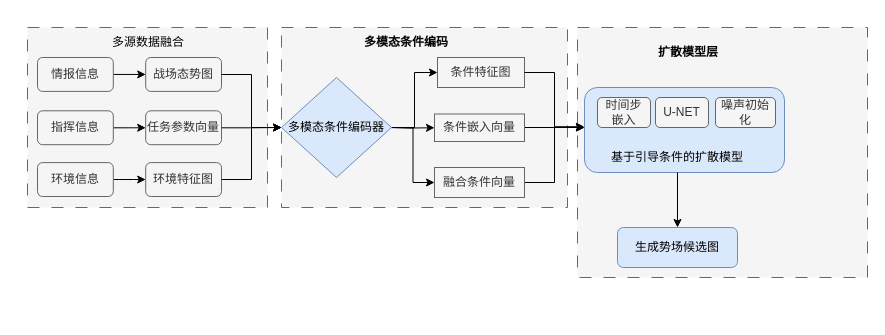
paleblackless/diagrams keeps this draw.io diagram as 扩散模型的人工势场生成方案.drawio. Above is the earlier version. Source tidied: cells renumbered, new cells numbered last; positions are measured from the earlier drawing's top-left corner, leaving out a move shared by most shapes. Both pictures are drawn from the tidied source at 100%, with x=0, y=0 at pixel (27, 27).
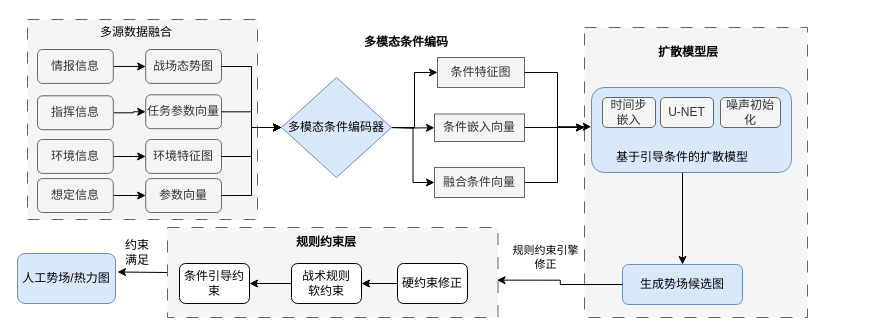
Above is the later version.

Commit message (it also covers changes not shown here):
更新扩散模型的人工势场生成方案.drawio

The change refers to these unchanged cells:
```xml
<mxCell id="8" value="多模态条件编码器" style="rhombus;whiteSpace=wrap;html=1;fillColor=#dae8fc;strokeColor=#6c8ebf;" parent="1" vertex="1">
  <mxGeometry x="254" y="50" width="110" height="100" as="geometry" />
</mxCell>
<mxCell id="9" value="条件特征图" style="rounded=0;whiteSpace=wrap;html=1;fillColor=#f5f5f5;fontColor=#333333;strokeColor=#666666;" parent="1" vertex="1">
  <mxGeometry x="410" y="30" width="87" height="30" as="geometry" />
</mxCell>
<mxCell id="13" value="融合条件向量" style="rounded=0;whiteSpace=wrap;html=1;fillColor=#f5f5f5;fontColor=#333333;strokeColor=#666666;" parent="1" vertex="1">
  <mxGeometry x="407" y="140" width="90" height="30" as="geometry" />
</mxCell>
<mxCell id="29" style="rounded=1;whiteSpace=wrap;html=1;fillColor=#dae8fc;strokeColor=#6c8ebf;" parent="28" vertex="1">
  <mxGeometry width="200" height="85" as="geometry" />
</mxCell>
```

Change to the diagram source:
```diff
@@
+    <mxCell id="14" style="group;" parent="1" vertex="1">
+      <mxGeometry x="10" y="20" width="230" height="172" as="geometry" />
+    </mxCell>
+    <mxCell id="15" style="group;" parent="14" vertex="1">
+      <mxGeometry y="2" width="230" height="170" as="geometry" />
+    </mxCell>
+    <mxCell id="4" style="rounded=0;whiteSpace=wrap;html=1;fillColor=#f5f5f5;dashed=1;dashPattern=12 12;fontColor=#333333;strokeColor=#666666;" parent="15" vertex="1">
+      <mxGeometry x="-10" y="-30" width="230" height="200" as="geometry" />
+    </mxCell>
+    <mxCell id="16" value="战场态势图" style="rounded=1;whiteSpace=wrap;html=1;fillColor=#f5f5f5;fontColor=#333333;strokeColor=#666666;" parent="15" vertex="1">
+      <mxGeometry x="108.2" width="75.8" height="33.9" as="geometry" />
+    </mxCell>
+    <mxCell id="17" value="任务参数向量" style="rounded=1;whiteSpace=wrap;html=1;fillColor=#f5f5f5;fontColor=#333333;strokeColor=#666666;" parent="15" vertex="1">
+      <mxGeometry x="108.2" y="45.3" width="75.8" height="33.9" as="geometry" />
+    </mxCell>
+    <mxCell id="18" value="环境特征图" style="rounded=1;whiteSpace=wrap;html=1;fillColor=#f5f5f5;fontColor=#333333;strokeColor=#666666;" parent="15" vertex="1">
+      <mxGeometry x="108.2" y="90" width="75.8" height="33.9" as="geometry" />
+    </mxCell>
+    <mxCell id="19" style="edgeStyle=orthogonalEdgeStyle;rounded=0;jettySize=auto;html=1;exitX=1;exitY=0.5;exitDx=0;exitDy=0;entryX=0;entryY=0.5;entryDx=0;entryDy=0;" parent="15" edge="1" source="20" target="16">
+      <mxGeometry relative="1" as="geometry" />
+    </mxCell>
+    <mxCell id="20" value="情报信息" style="rounded=1;whiteSpace=wrap;html=1;fillColor=#f5f5f5;fontColor=#333333;strokeColor=#666666;" parent="15" vertex="1">
+      <mxGeometry width="75.8" height="33.9" as="geometry" />
+    </mxCell>
+    <mxCell id="21" style="edgeStyle=orthogonalEdgeStyle;rounded=0;jettySize=auto;html=1;entryX=0;entryY=0.5;entryDx=0;entryDy=0;" parent="15" edge="1" source="22" target="17">
+      <mxGeometry relative="1" as="geometry" />
+    </mxCell>
+    <mxCell id="22" value="指挥信息" style="rounded=1;whiteSpace=wrap;html=1;fillColor=#f5f5f5;fontColor=#333333;strokeColor=#666666;" parent="15" vertex="1">
+      <mxGeometry y="46.3" width="75.8" height="33.9" as="geometry" />
+    </mxCell>
+    <mxCell id="23" style="edgeStyle=orthogonalEdgeStyle;rounded=0;jettySize=auto;html=1;entryX=0;entryY=0.5;entryDx=0;entryDy=0;" parent="15" edge="1" source="24" target="18">
+      <mxGeometry relative="1" as="geometry" />
+    </mxCell>
+    <mxCell id="24" value="环境信息" style="rounded=1;whiteSpace=wrap;html=1;fillColor=#f5f5f5;fontColor=#333333;strokeColor=#666666;" parent="15" vertex="1">
+      <mxGeometry y="90" width="75.8" height="33.9" as="geometry" />
+    </mxCell>
+    <mxCell id="40" value="参数向量" style="rounded=1;whiteSpace=wrap;html=1;fillColor=#f5f5f5;fontColor=#333333;strokeColor=#666666;" parent="15" vertex="1">
+      <mxGeometry x="108.2" y="129.1" width="75.8" height="33.9" as="geometry" />
+    </mxCell>
+    <mxCell id="41" style="edgeStyle=orthogonalEdgeStyle;rounded=0;jettySize=auto;html=1;entryX=0;entryY=0.5;entryDx=0;entryDy=0;" parent="15" edge="1" source="42" target="40">
+      <mxGeometry relative="1" as="geometry" />
+    </mxCell>
+    <mxCell id="42" value="想定信息" style="rounded=1;whiteSpace=wrap;html=1;fillColor=#f5f5f5;fontColor=#333333;strokeColor=#666666;" parent="15" vertex="1">
+      <mxGeometry y="129.1" width="75.8" height="33.9" as="geometry" />
+    </mxCell>
+    <mxCell id="43" style="edgeStyle=orthogonalEdgeStyle;rounded=0;jettySize=auto;html=1;exitX=0;exitY=0.5;exitDx=0;exitDy=0;" parent="1" edge="1" source="44">
+      <mxGeometry relative="1" as="geometry">
+        <mxPoint x="90" y="244.5" as="targetPoint" />
+      </mxGeometry>
+    </mxCell>
+    <mxCell id="44" style="rounded=0;whiteSpace=wrap;html=1;fillColor=#f5f5f5;dashed=1;dashPattern=12 12;fontColor=#333333;strokeColor=#666666;" parent="1" vertex="1">
+      <mxGeometry x="140" y="200" width="330.5" height="90" as="geometry" />
+    </mxCell>
     <mxCell id="2" style="rounded=0;whiteSpace=wrap;html=1;fillColor=#f5f5f5;dashed=1;dashPattern=12 12;fontColor=#333333;strokeColor=#666666;" parent="1" vertex="1">
-      <mxGeometry x="550" width="290" height="250" as="geometry" />
+      <mxGeometry x="557" width="223" height="290" as="geometry" />
     </mxCell>
-    <mxCell id="3" style="rounded=0;whiteSpace=wrap;html=1;fillColor=#f5f5f5;dashed=1;dashPattern=12 12;fontColor=#333333;strokeColor=#666666;" parent="1" vertex="1">
-      <mxGeometry x="254" width="286" height="180" as="geometry" />
-    </mxCell>
-    <mxCell id="4" style="rounded=0;whiteSpace=wrap;html=1;fillColor=#f5f5f5;dashed=1;dashPattern=12 12;fontColor=#333333;strokeColor=#666666;" parent="1" vertex="1">
-      <mxGeometry width="240" height="180" as="geometry" />
-    </mxCell>
@@
     <mxCell id="12" style="edgeStyle=orthogonalEdgeStyle;rounded=0;jettySize=auto;html=1;exitX=1;exitY=0.5;exitDx=0;exitDy=0;" parent="1" edge="1" source="13">
       <mxGeometry relative="1" as="geometry">
         <mxPoint x="557" y="100" as="targetPoint" />
         <Array as="points">
-          <mxPoint x="527" y="155" />
-          <mxPoint x="527" y="100" />
+          <mxPoint x="530" y="155" />
+          <mxPoint x="530" y="100" />
         </Array>
       </mxGeometry>
     </mxCell>
@@
-    <mxCell id="14" style="group;" parent="1" vertex="1">
-      <mxGeometry x="10" y="30" width="184" height="160" as="geometry" />
-    </mxCell>
-    <mxCell id="15" style="group;" parent="14" vertex="1">
-      <mxGeometry width="184" height="160" as="geometry" />
-    </mxCell>
-    <mxCell id="16" value="战场态势图" style="rounded=1;whiteSpace=wrap;html=1;fillColor=#f5f5f5;fontColor=#333333;strokeColor=#666666;" parent="15" vertex="1">
-      <mxGeometry x="108.2" width="75.8" height="33.9" as="geometry" />
-    </mxCell>
-    <mxCell id="17" value="任务参数向量" style="rounded=1;whiteSpace=wrap;html=1;fillColor=#f5f5f5;fontColor=#333333;strokeColor=#666666;" parent="15" vertex="1">
-      <mxGeometry x="108.2" y="53.3" width="75.8" height="33.9" as="geometry" />
-    </mxCell>
-    <mxCell id="18" value="环境特征图" style="rounded=1;whiteSpace=wrap;html=1;fillColor=#f5f5f5;fontColor=#333333;strokeColor=#666666;" parent="15" vertex="1">
-      <mxGeometry x="108.2" y="105.1" width="75.8" height="33.9" as="geometry" />
-    </mxCell>
-    <mxCell id="19" style="edgeStyle=orthogonalEdgeStyle;rounded=0;jettySize=auto;html=1;exitX=1;exitY=0.5;exitDx=0;exitDy=0;entryX=0;entryY=0.5;entryDx=0;entryDy=0;" parent="15" edge="1" source="20" target="16">
-      <mxGeometry relative="1" as="geometry" />
-    </mxCell>
-    <mxCell id="20" value="情报信息" style="rounded=1;whiteSpace=wrap;html=1;fillColor=#f5f5f5;fontColor=#333333;strokeColor=#666666;" parent="15" vertex="1">
-      <mxGeometry width="75.8" height="33.9" as="geometry" />
-    </mxCell>
-    <mxCell id="21" style="edgeStyle=orthogonalEdgeStyle;rounded=0;jettySize=auto;html=1;entryX=0;entryY=0.5;entryDx=0;entryDy=0;" parent="15" edge="1" source="22" target="17">
-      <mxGeometry relative="1" as="geometry" />
-    </mxCell>
-    <mxCell id="22" value="指挥信息" style="rounded=1;whiteSpace=wrap;html=1;fillColor=#f5f5f5;fontColor=#333333;strokeColor=#666666;" parent="15" vertex="1">
-      <mxGeometry y="53.3" width="75.8" height="33.9" as="geometry" />
-    </mxCell>
-    <mxCell id="23" style="edgeStyle=orthogonalEdgeStyle;rounded=0;jettySize=auto;html=1;entryX=0;entryY=0.5;entryDx=0;entryDy=0;" parent="15" edge="1" source="24" target="18">
-      <mxGeometry relative="1" as="geometry" />
-    </mxCell>
-    <mxCell id="24" value="环境信息" style="rounded=1;whiteSpace=wrap;html=1;fillColor=#f5f5f5;fontColor=#333333;strokeColor=#666666;" parent="15" vertex="1">
-      <mxGeometry y="105.1" width="75.8" height="33.9" as="geometry" />
-    </mxCell>
-    <mxCell id="25" style="edgeStyle=orthogonalEdgeStyle;rounded=0;jettySize=auto;html=1;entryX=0;entryY=0.5;entryDx=0;entryDy=0;" parent="14" edge="1" source="16" target="8">
-      <mxGeometry relative="1" as="geometry" />
-    </mxCell>
-    <mxCell id="26" style="edgeStyle=orthogonalEdgeStyle;rounded=0;jettySize=auto;html=1;entryX=0;entryY=0.5;entryDx=0;entryDy=0;" parent="14" edge="1" source="18" target="8">
-      <mxGeometry relative="1" as="geometry" />
-    </mxCell>
-    <mxCell id="27" style="edgeStyle=orthogonalEdgeStyle;rounded=0;jettySize=auto;html=1;entryX=0;entryY=0.5;entryDx=0;entryDy=0;" parent="14" edge="1" source="17" target="8">
-      <mxGeometry relative="1" as="geometry" />
-    </mxCell>
     <mxCell id="28" style="group;fillColor=#f5f5f5;fontColor=#333333;strokeColor=none;" parent="1" vertex="1">
-      <mxGeometry x="557" y="60" width="200" height="85" as="geometry" />
+      <mxGeometry x="564" y="60" width="200" height="217" as="geometry" />
     </mxCell>
@@
     <mxCell id="30" value="基于引导条件的扩散模型" style="text;html=1;whiteSpace=wrap;strokeColor=none;fillColor=none;align=center;verticalAlign=middle;rounded=0;" parent="28" vertex="1">
-      <mxGeometry x="13" y="55" width="160" height="30" as="geometry" />
+      <mxGeometry x="11" y="55" width="160" height="30" as="geometry" />
     </mxCell>
     <mxCell id="31" value="噪声初始化" style="rounded=1;whiteSpace=wrap;html=1;fillColor=#f5f5f5;fontColor=#333333;strokeColor=#666666;" parent="28" vertex="1">
-      <mxGeometry x="131" y="10" width="60" height="30" as="geometry" />
+      <mxGeometry x="129" y="10" width="60" height="30" as="geometry" />
     </mxCell>
     <mxCell id="32" value="U-NET" style="rounded=1;whiteSpace=wrap;html=1;fillColor=#f5f5f5;fontColor=#333333;strokeColor=#666666;" parent="28" vertex="1">
-      <mxGeometry x="71" y="10" width="53" height="30" as="geometry" />
+      <mxGeometry x="69" y="10" width="53" height="30" as="geometry" />
     </mxCell>
     <mxCell id="33" value="时间步&lt;div&gt;嵌入&lt;/div&gt;" style="rounded=1;whiteSpace=wrap;html=1;fillColor=#f5f5f5;fontColor=#333333;strokeColor=#666666;" parent="28" vertex="1">
-      <mxGeometry x="13" y="10" width="53" height="30" as="geometry" />
+      <mxGeometry x="11" y="10" width="53" height="30" as="geometry" />
     </mxCell>
-    <mxCell id="34" style="edgeStyle=orthogonalEdgeStyle;rounded=0;jettySize=auto;html=1;entryX=-0.001;entryY=0.461;entryDx=0;entryDy=0;entryPerimeter=0;" parent="1" edge="1" source="9" target="29">
-      <mxGeometry relative="1" as="geometry" />
-    </mxCell>
-    <mxCell id="35" value="生成势场候选图" style="rounded=1;whiteSpace=wrap;html=1;fillColor=#dae8fc;strokeColor=#6c8ebf;glass=0;" parent="1" vertex="1">
-      <mxGeometry x="590" y="200" width="120" height="40" as="geometry" />
+    <mxCell id="35" value="生成势场候选图" style="rounded=1;whiteSpace=wrap;html=1;fillColor=#dae8fc;strokeColor=#6c8ebf;glass=0;" parent="28" vertex="1">
+      <mxGeometry x="31" y="177" width="120" height="40" as="geometry" />
     </mxCell>
-    <mxCell id="36" style="edgeStyle=orthogonalEdgeStyle;rounded=0;jettySize=auto;html=1;exitX=0.5;exitY=1;exitDx=0;exitDy=0;entryX=0.5;entryY=0;entryDx=0;entryDy=0;" parent="1" edge="1" source="30" target="35">
+    <mxCell id="36" style="edgeStyle=orthogonalEdgeStyle;rounded=0;jettySize=auto;html=1;exitX=0.5;exitY=1;exitDx=0;exitDy=0;entryX=0.5;entryY=0;entryDx=0;entryDy=0;" parent="28" edge="1" source="30" target="35">
       <mxGeometry relative="1" as="geometry" />
     </mxCell>
+    <mxCell id="34" style="edgeStyle=orthogonalEdgeStyle;rounded=0;jettySize=auto;html=1;entryX=-0.001;entryY=0.461;entryDx=0;entryDy=0;entryPerimeter=0;" parent="1" edge="1" source="9" target="29">
+      <mxGeometry relative="1" as="geometry">
+        <Array as="points">
+          <mxPoint x="530" y="45" />
+          <mxPoint x="530" y="99" />
+        </Array>
+      </mxGeometry>
+    </mxCell>
     <mxCell id="37" value="多源数据融合" style="text;html=1;whiteSpace=wrap;strokeColor=none;fillColor=none;align=center;verticalAlign=middle;rounded=0;" parent="1" vertex="1">
-      <mxGeometry x="72" width="98" height="30" as="geometry" />
+      <mxGeometry x="60" y="-10" width="98" height="30" as="geometry" />
     </mxCell>
@@
+    <mxCell id="45" value="&lt;b&gt;规则约束层&lt;/b&gt;" style="text;html=1;whiteSpace=wrap;strokeColor=none;fillColor=none;align=center;verticalAlign=middle;rounded=0;" parent="1" vertex="1">
+      <mxGeometry x="250" y="200" width="98" height="30" as="geometry" />
+    </mxCell>
+    <mxCell id="46" style="edgeStyle=orthogonalEdgeStyle;rounded=0;jettySize=auto;html=1;exitX=0;exitY=0.5;exitDx=0;exitDy=0;entryX=1;entryY=0.5;entryDx=0;entryDy=0;" parent="1" edge="1" source="47" target="49">
+      <mxGeometry relative="1" as="geometry" />
+    </mxCell>
+    <mxCell id="47" value="硬约束修正" style="rounded=1;whiteSpace=wrap;html=1;" parent="1" vertex="1">
+      <mxGeometry x="370" y="236" width="70" height="40" as="geometry" />
+    </mxCell>
+    <mxCell id="48" style="edgeStyle=orthogonalEdgeStyle;rounded=0;jettySize=auto;html=1;entryX=1;entryY=0.5;entryDx=0;entryDy=0;" parent="1" edge="1" source="49" target="50">
+      <mxGeometry relative="1" as="geometry" />
+    </mxCell>
+    <mxCell id="49" value="战术规则&lt;div&gt;软约束&lt;/div&gt;" style="rounded=1;whiteSpace=wrap;html=1;" parent="1" vertex="1">
+      <mxGeometry x="264" y="236" width="70" height="40" as="geometry" />
+    </mxCell>
+    <mxCell id="50" value="条件引导约束" style="rounded=1;whiteSpace=wrap;html=1;" parent="1" vertex="1">
+      <mxGeometry x="152" y="236" width="70" height="40" as="geometry" />
+    </mxCell>
+    <mxCell id="51" style="edgeStyle=orthogonalEdgeStyle;rounded=0;jettySize=auto;html=1;entryX=0.997;entryY=0.585;entryDx=0;entryDy=0;entryPerimeter=0;" parent="1" edge="1" source="35" target="44">
+      <mxGeometry relative="1" as="geometry" />
+    </mxCell>
+    <mxCell id="52" value="规则约束引擎&lt;div&gt;修正&lt;/div&gt;" style="edgeLabel;html=1;align=center;verticalAlign=middle;" parent="51" vertex="1">
+      <mxGeometry x="0.31" y="-2" relative="1" as="geometry">
+        <mxPoint x="3" y="-21" as="offset" />
+      </mxGeometry>
+    </mxCell>
+    <mxCell id="53" value="人工势场/热力图" style="rounded=1;whiteSpace=wrap;html=1;fillColor=#dae8fc;strokeColor=#6c8ebf;" parent="1" vertex="1">
+      <mxGeometry x="-10" y="226" width="98" height="50" as="geometry" />
+    </mxCell>
+    <mxCell id="54" value="约束&lt;div&gt;满足&lt;/div&gt;" style="text;html=1;whiteSpace=wrap;strokeColor=none;fillColor=none;align=center;verticalAlign=middle;rounded=0;" parent="1" vertex="1">
+      <mxGeometry x="80" y="210" width="60" height="30" as="geometry" />
+    </mxCell>
+    <mxCell id="55" style="edgeStyle=orthogonalEdgeStyle;rounded=0;jettySize=auto;html=1;exitX=1;exitY=0.5;exitDx=0;exitDy=0;entryX=0;entryY=0.5;entryDx=0;entryDy=0;" parent="1" edge="1" source="40" target="8">
+      <mxGeometry relative="1" as="geometry" />
+    </mxCell>
+    <mxCell id="25" style="edgeStyle=orthogonalEdgeStyle;rounded=0;jettySize=auto;html=1;entryX=0;entryY=0.5;entryDx=0;entryDy=0;" parent="1" edge="1" source="16" target="8">
+      <mxGeometry relative="1" as="geometry" />
+    </mxCell>
+    <mxCell id="27" style="edgeStyle=orthogonalEdgeStyle;rounded=0;jettySize=auto;html=1;entryX=0;entryY=0.5;entryDx=0;entryDy=0;" parent="1" edge="1" source="17" target="8">
+      <mxGeometry relative="1" as="geometry" />
+    </mxCell>
+    <mxCell id="26" style="edgeStyle=orthogonalEdgeStyle;rounded=0;jettySize=auto;html=1;entryX=0;entryY=0.5;entryDx=0;entryDy=0;" parent="1" edge="1" source="18" target="8">
+      <mxGeometry relative="1" as="geometry" />
+    </mxCell>
```
